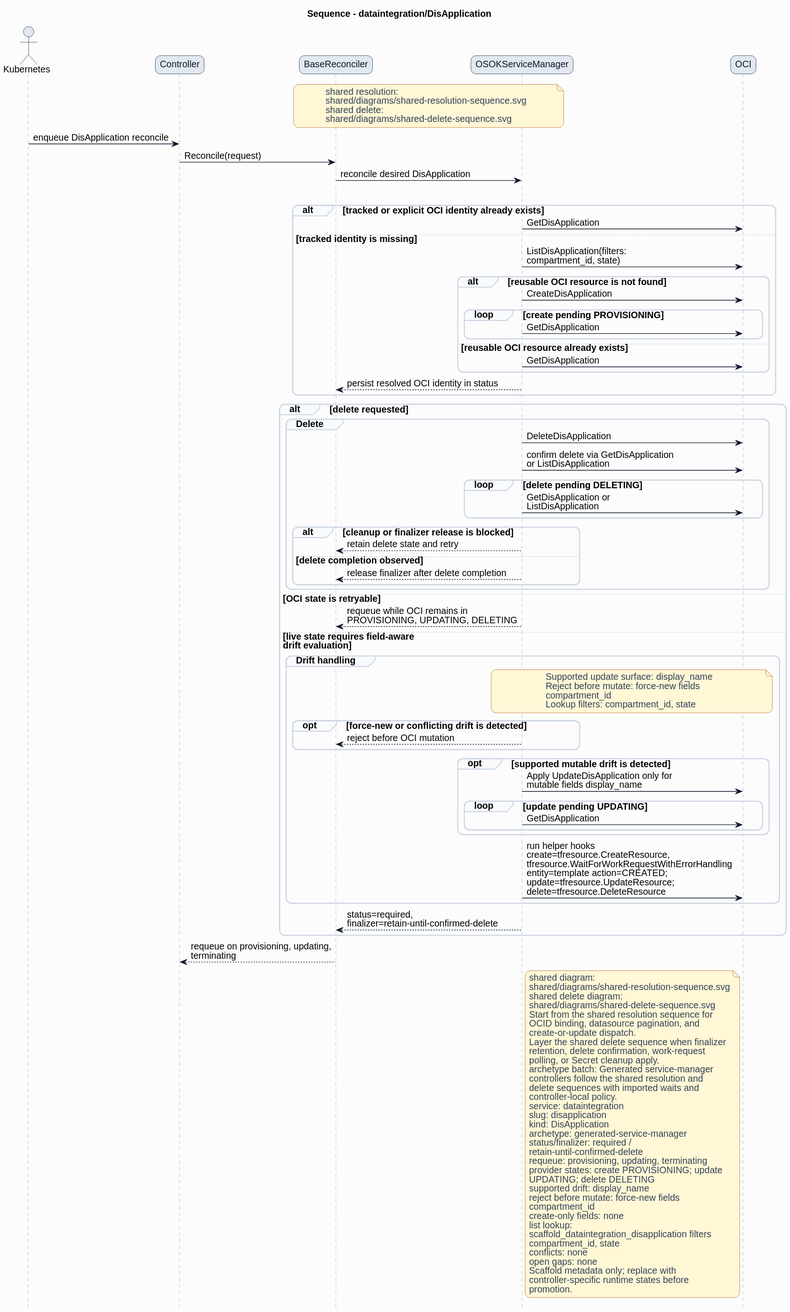
The PlantUML diagram formal/controllers/dataintegration/disapplication/diagrams/sequence.svg in HaoyL666/oci-service-operator, before a commit.
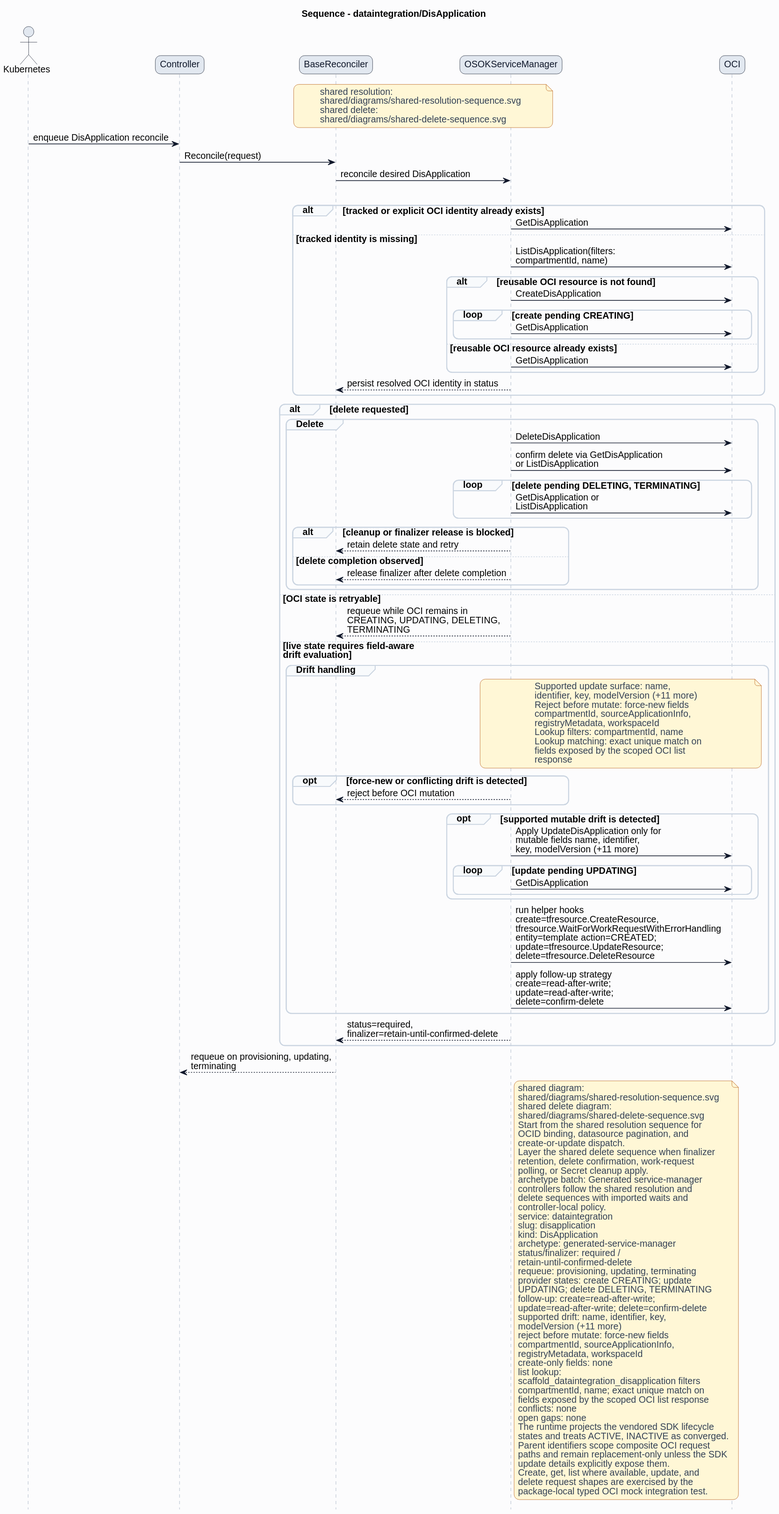
Above is the later version.

The edit, as a diff of the source:
```diff
@@ -38,10 +38,10 @@
 alt tracked or explicit OCI identity already exists
 ServiceManager -> OCI: GetDisApplication
 else tracked identity is missing
-ServiceManager -> OCI: ListDisApplication(filters:\ncompartment_id, state)
+ServiceManager -> OCI: ListDisApplication(filters:\ncompartmentId, name)
 alt reusable OCI resource is not found
 ServiceManager -> OCI: CreateDisApplication
-loop create pending PROVISIONING
+loop create pending CREATING
 ServiceManager -> OCI: GetDisApplication
 end
 else reusable OCI resource already exists
@@ -53,7 +53,7 @@
 group Delete
 ServiceManager -> OCI: DeleteDisApplication
 ServiceManager -> OCI: confirm delete via GetDisApplication\nor ListDisApplication
-loop delete pending DELETING
+loop delete pending DELETING, TERMINATING
 ServiceManager -> OCI: GetDisApplication or\nListDisApplication
 end
 alt cleanup or finalizer release is blocked
@@ -63,25 +63,31 @@
 end
 end
 else OCI state is retryable
-ServiceManager --> BaseReconciler: requeue while OCI remains in\nPROVISIONING, UPDATING, DELETING
+ServiceManager --> BaseReconciler: requeue while OCI remains in\nCREATING, UPDATING, DELETING,\nTERMINATING
 else live state requires field-aware\ndrift evaluation
 group Drift handling
 note over ServiceManager,OCI
-Supported update surface: display_name
+Supported update surface: name,
+identifier, key, modelVersion (+11 more)
 Reject before mutate: force-new fields
-compartment_id
-Lookup filters: compartment_id, state
+compartmentId, sourceApplicationInfo,
+registryMetadata, workspaceId
+Lookup filters: compartmentId, name
+Lookup matching: exact unique match on
+fields exposed by the scoped OCI list
+response
 end note
 opt force-new or conflicting drift is detected
 ServiceManager --> BaseReconciler: reject before OCI mutation
 end
 opt supported mutable drift is detected
-ServiceManager -> OCI: Apply UpdateDisApplication only for\nmutable fields display_name
+ServiceManager -> OCI: Apply UpdateDisApplication only for\nmutable fields name, identifier,\nkey, modelVersion (+11 more)
 loop update pending UPDATING
 ServiceManager -> OCI: GetDisApplication
 end
 end
 ServiceManager -> OCI: run helper hooks\ncreate=tfresource.CreateResource,\ntfresource.WaitForWorkRequestWithErrorHandling\nentity=template action=CREATED;\nupdate=tfresource.UpdateResource;\ndelete=tfresource.DeleteResource
+ServiceManager -> OCI: apply follow-up strategy\ncreate=read-after-write;\nupdate=read-after-write;\ndelete=confirm-delete
 end
 ServiceManager --> BaseReconciler: status=required,\nfinalizer=retain-until-confirmed-delete
 end
@@ -108,19 +114,29 @@
 status/finalizer: required /
 retain-until-confirmed-delete
 requeue: provisioning, updating, terminating
-provider states: create PROVISIONING; update
-UPDATING; delete DELETING
-supported drift: display_name
+provider states: create CREATING; update
+UPDATING; delete DELETING, TERMINATING
+follow-up: create=read-after-write;
+update=read-after-write; delete=confirm-delete
+supported drift: name, identifier, key,
+modelVersion (+11 more)
 reject before mutate: force-new fields
-compartment_id
+compartmentId, sourceApplicationInfo,
+registryMetadata, workspaceId
 create-only fields: none
 list lookup:
 scaffold_dataintegration_disapplication filters
-compartment_id, state
+compartmentId, name; exact unique match on
+fields exposed by the scoped OCI list response
 conflicts: none
 open gaps: none
-Scaffold metadata only; replace with
-controller-specific runtime states before
-promotion.
+The runtime projects the vendored SDK lifecycle
+states and treats ACTIVE, INACTIVE as converged.
+Parent identifiers scope composite OCI request
+paths and remain replacement-only unless the SDK
+update details explicitly expose them.
+Create, get, list where available, update, and
+delete request shapes are exercised by the
+package-local typed OCI mock integration test.
 end note
 @enduml
```
